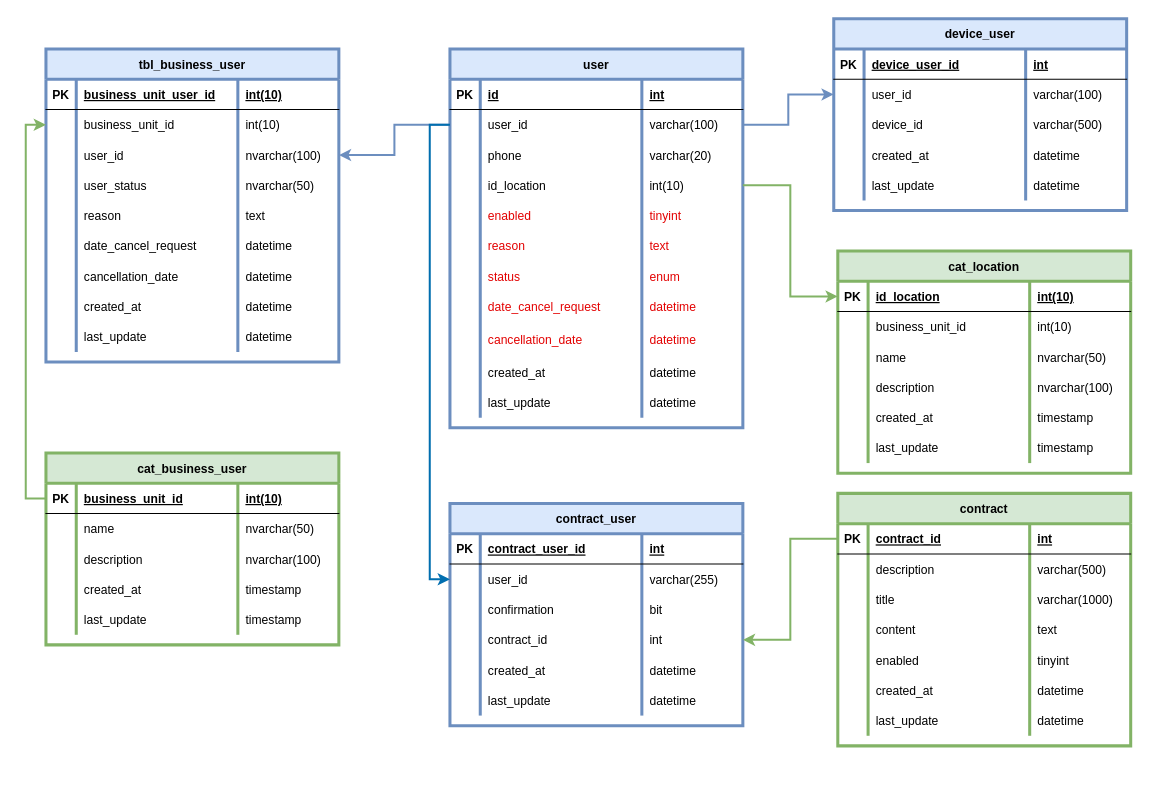
Before: page "Users" (1 of 4) of Data base/E-R Dev.drawio in marcoluisdf/documentacion, a draw.io diagram. Source tidied: cells renumbered, new cells numbered last; positions are measured from the earlier drawing's top-left corner, leaving out a move shared by most shapes. Both pictures are drawn from the tidied source at 101%, with x=0, y=0 at pixel (45, 18).
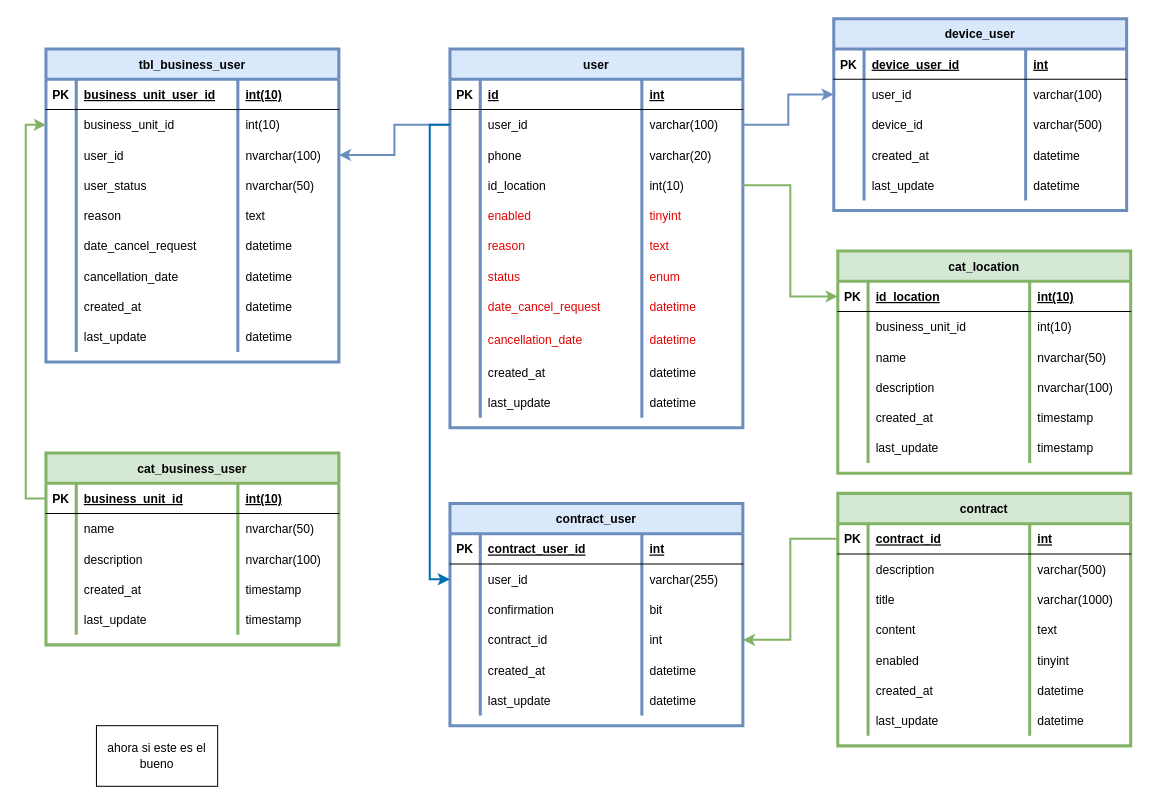
Above is the later version.

Diff of the diagram source:
```diff
@@
+    <mxCell id="211" value="ahora si este es el bueno&lt;br&gt;" style="rounded=0;whiteSpace=wrap;html=1;" parent="1" vertex="1">
+      <mxGeometry x="50" y="700" width="120" height="60" as="geometry" />
+    </mxCell>
```
